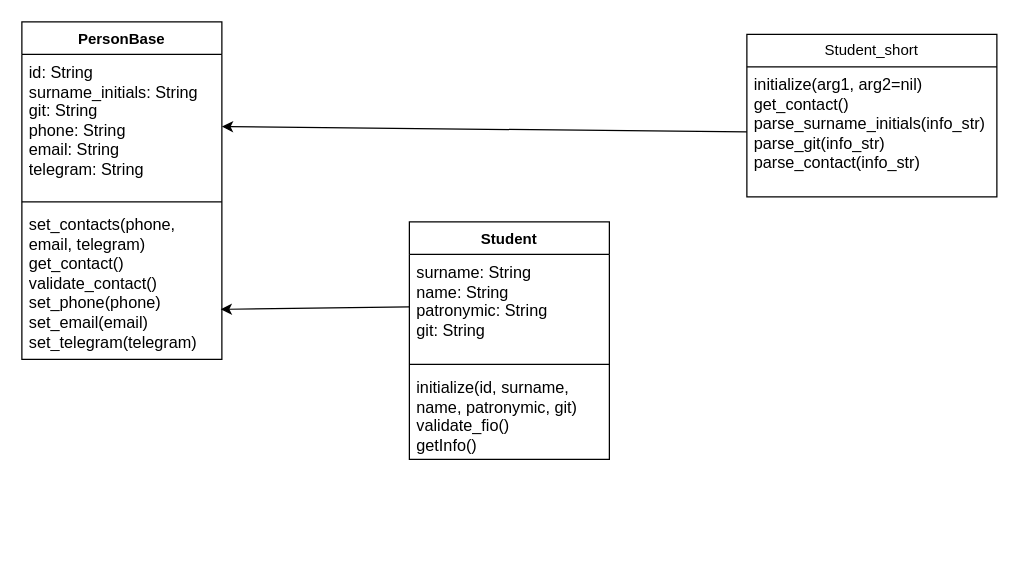
This is Student_class/classes_Diagramm.drawio from alex7456/pattern, a draw.io file, before an edit. Source tidied: cells renumbered, new cells numbered last; positions are measured from the earlier drawing's top-left corner, leaving out a move shared by most shapes. Both pictures are drawn from the tidied source at 125%, with x=0, y=0 at pixel (21, 21).
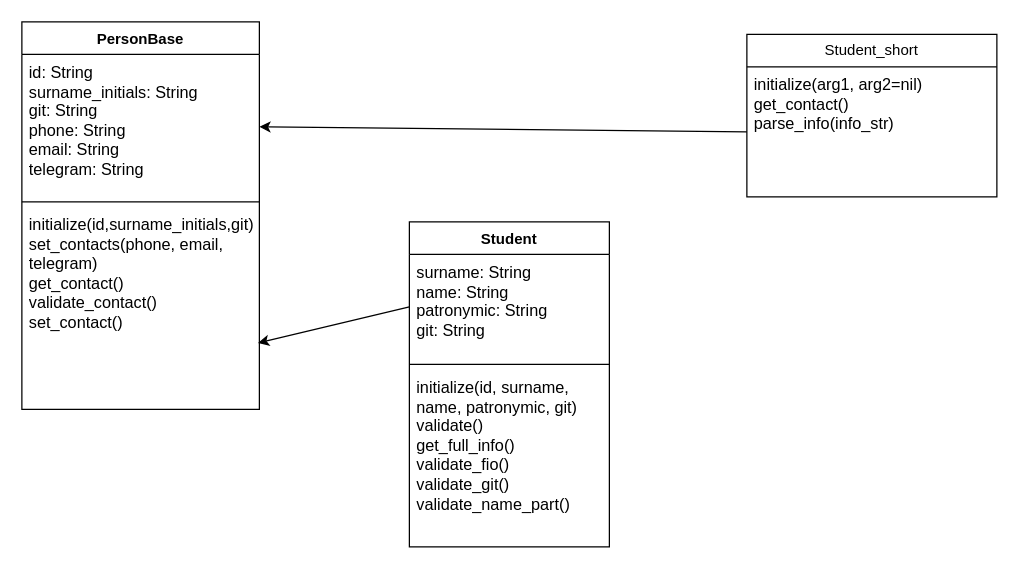
The same page after the edit.

What changed in the source:
```diff
@@
 <mxGraphModel>
   <root>
     <mxCell id="0" />
     <mxCell id="1" parent="0" />
     <mxCell id="2" value="PersonBase" style="swimlane;fontStyle=1;align=center;verticalAlign=top;horizontal=1;startSize=26;whiteSpace=wrap;html=1;" parent="1" vertex="1">
-      <mxGeometry width="160" height="270" as="geometry" />
+      <mxGeometry width="190" height="310" as="geometry" />
     </mxCell>
     <mxCell id="3" value="&lt;font style=&quot;font-size: 13px;&quot;&gt;id: String&lt;br&gt;surname_initials: String&lt;br&gt;git: String&lt;br&gt;phone: String&lt;br&gt;email: String&lt;br&gt;telegram: String&lt;/font&gt;" style="text;strokeColor=none;fillColor=none;align=left;verticalAlign=top;spacingLeft=4;spacingRight=4;overflow=hidden;points=[[0,0.5],[1,0.5]];portConstraint=eastwest;whiteSpace=wrap;html=1;" parent="2" vertex="1">
-      <mxGeometry y="26" width="160" height="114" as="geometry" />
+      <mxGeometry y="26" width="190" height="114" as="geometry" />
     </mxCell>
     <mxCell id="4" style="line;strokeWidth=1;fillColor=none;align=left;verticalAlign=middle;spacingTop=-1;spacingLeft=3;spacingRight=3;labelPosition=right;strokeColor=inherit;" parent="2" vertex="1">
-      <mxGeometry y="140" width="160" height="8" as="geometry" />
+      <mxGeometry y="140" width="190" height="8" as="geometry" />
     </mxCell>
-    <mxCell id="5" value="&lt;font style=&quot;font-size: 13px;&quot;&gt;set_contacts(phone, email, telegram)&lt;br&gt;get_contact()&lt;br&gt;validate_contact()&lt;br&gt;set_phone(phone)&lt;br&gt;set_email(email)&lt;br&gt;set_telegram(telegram)&lt;/font&gt;" style="text;strokeColor=none;fillColor=none;align=left;verticalAlign=top;spacingLeft=4;spacingRight=4;overflow=hidden;points=[[0,0.5],[1,0.5]];portConstraint=eastwest;whiteSpace=wrap;html=1;" parent="2" vertex="1">
-      <mxGeometry y="148" width="160" height="122" as="geometry" />
+    <mxCell id="5" value="&lt;div&gt;&lt;font style=&quot;font-size: 13px;&quot;&gt;initialize(id,surname_initials,git)&lt;/font&gt;&lt;/div&gt;&lt;font style=&quot;font-size: 13px;&quot;&gt;set_contacts(phone, email, telegram)&lt;br&gt;get_contact()&lt;br&gt;validate_contact()&lt;br&gt;set_contact()&lt;/font&gt;" style="text;strokeColor=none;fillColor=none;align=left;verticalAlign=top;spacingLeft=4;spacingRight=4;overflow=hidden;points=[[0,0.5],[1,0.5]];portConstraint=eastwest;whiteSpace=wrap;html=1;" parent="2" vertex="1">
+      <mxGeometry y="148" width="190" height="162" as="geometry" />
     </mxCell>
     <mxCell id="6" value="Student" style="swimlane;fontStyle=1;align=center;verticalAlign=top;horizontal=1;startSize=26;whiteSpace=wrap;html=1;" parent="1" vertex="1">
-      <mxGeometry x="310" y="160" width="160" height="190" as="geometry" />
+      <mxGeometry x="310" y="160" width="160" height="260" as="geometry" />
     </mxCell>
     <mxCell id="7" value="&lt;font style=&quot;font-size: 13px;&quot;&gt;surname: String&lt;br&gt;name: String&lt;br&gt;patronymic: String&lt;br&gt;git: String&lt;/font&gt;" style="text;strokeColor=none;fillColor=none;align=left;verticalAlign=top;spacingLeft=4;spacingRight=4;overflow=hidden;points=[[0,0.5],[1,0.5]];portConstraint=eastwest;whiteSpace=wrap;html=1;" parent="6" vertex="1">
       <mxGeometry y="26" width="160" height="84" as="geometry" />
     </mxCell>
     <mxCell id="8" style="line;strokeWidth=1;fillColor=none;align=left;verticalAlign=middle;spacingTop=-1;spacingLeft=3;spacingRight=3;labelPosition=right;strokeColor=inherit;" parent="6" vertex="1">
       <mxGeometry y="110" width="160" height="8" as="geometry" />
     </mxCell>
-    <mxCell id="9" value="&lt;font style=&quot;font-size: 13px;&quot;&gt;initialize(id, surname, name, patronymic, git)&lt;br&gt;validate_fio()&lt;br&gt;getInfo()&lt;/font&gt;" style="text;strokeColor=none;fillColor=none;align=left;verticalAlign=top;spacingLeft=4;spacingRight=4;overflow=hidden;whiteSpace=wrap;html=1;" parent="6" vertex="1">
-      <mxGeometry y="118" width="160" height="72" as="geometry" />
+    <mxCell id="9" value="&lt;font style=&quot;font-size: 13px;&quot;&gt;initialize(id, surname, name, patronymic, git)&lt;br&gt;validate()&lt;br&gt;get_full_info()&lt;/font&gt;&lt;div&gt;&lt;font style=&quot;font-size: 13px;&quot;&gt;validate_fio()&lt;/font&gt;&lt;/div&gt;&lt;div&gt;&lt;font style=&quot;font-size: 13px;&quot;&gt;validate_git()&lt;/font&gt;&lt;/div&gt;&lt;div&gt;&lt;font style=&quot;font-size: 13px;&quot;&gt;validate_name_part()&lt;/font&gt;&lt;/div&gt;" style="text;strokeColor=none;fillColor=none;align=left;verticalAlign=top;spacingLeft=4;spacingRight=4;overflow=hidden;whiteSpace=wrap;html=1;" parent="6" vertex="1">
+      <mxGeometry y="118" width="160" height="142" as="geometry" />
     </mxCell>
     <mxCell id="10" value="Student_short" style="swimlane;fontStyle=0;horizontal=1;startSize=26;fillColor=none;whiteSpace=wrap;html=1;" parent="1" vertex="1">
       <mxGeometry x="580" y="10" width="200" height="130" as="geometry" />
     </mxCell>
-    <mxCell id="11" value="&lt;font style=&quot;font-size: 13px;&quot;&gt;initialize(arg1, arg2=nil)&lt;br&gt;get_contact()&lt;br&gt;parse_surname_initials(info_str)&lt;br&gt;parse_git(info_str)&lt;br&gt;parse_contact(info_str)&lt;/font&gt;" style="text;strokeColor=none;fillColor=none;align=left;verticalAlign=top;spacingLeft=4;spacingRight=4;overflow=hidden;points=[[0,0.5],[1,0.5]];portConstraint=eastwest;whiteSpace=wrap;html=1;" parent="10" vertex="1">
+    <mxCell id="11" value="&lt;font style=&quot;font-size: 13px;&quot;&gt;initialize(arg1, arg2=nil)&lt;br&gt;get_contact()&lt;br&gt;parse_info(info_str)&lt;/font&gt;" style="text;strokeColor=none;fillColor=none;align=left;verticalAlign=top;spacingLeft=4;spacingRight=4;overflow=hidden;points=[[0,0.5],[1,0.5]];portConstraint=eastwest;whiteSpace=wrap;html=1;" parent="10" vertex="1">
       <mxGeometry y="26" width="200" height="104" as="geometry" />
     </mxCell>
     <mxCell id="12" style="endArrow=classic;html=1;rounded=0;entryX=0.994;entryY=0.672;entryDx=0;entryDy=0;entryPerimeter=0;exitX=0;exitY=0.5;exitDx=0;exitDy=0;" parent="1" edge="1" source="7" target="5">
       <mxGeometry relative="1" as="geometry" />
     </mxCell>
     <mxCell id="13" style="endArrow=classic;html=1;rounded=0;exitX=0;exitY=0.5;exitDx=0;exitDy=0;" parent="1" edge="1" source="11" target="3">
       <mxGeometry relative="1" as="geometry" />
     </mxCell>
   </root>
 </mxGraphModel>
```
